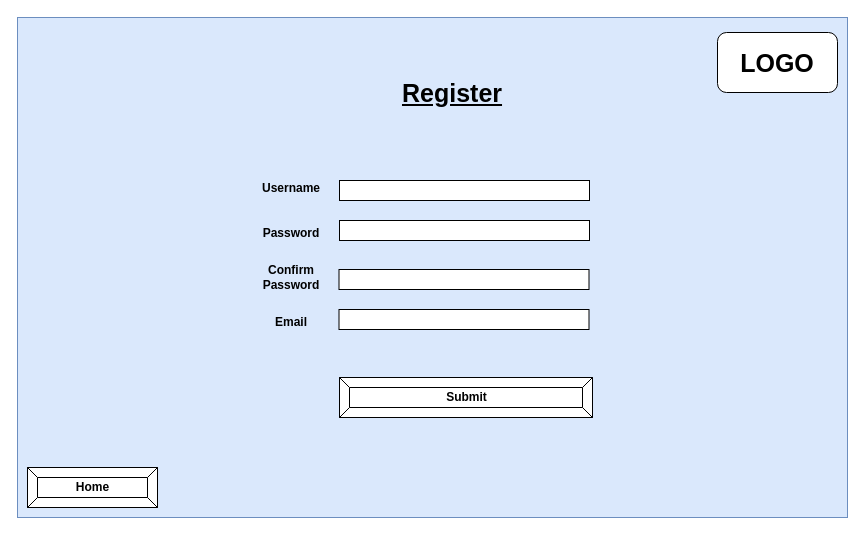
averydl/Bmail keeps this draw.io diagram as UI Mockups/Register.drawio. Above is the earlier version. Source tidied: cells renumbered, new cells numbered last; positions are measured from the earlier drawing's top-left corner, leaving out a move shared by most shapes. Both pictures are drawn from the tidied source at 100%, with x=0, y=0 at pixel (17, 17). Pictures stored in the file or linked from it are replaced by grey dashed boxes.
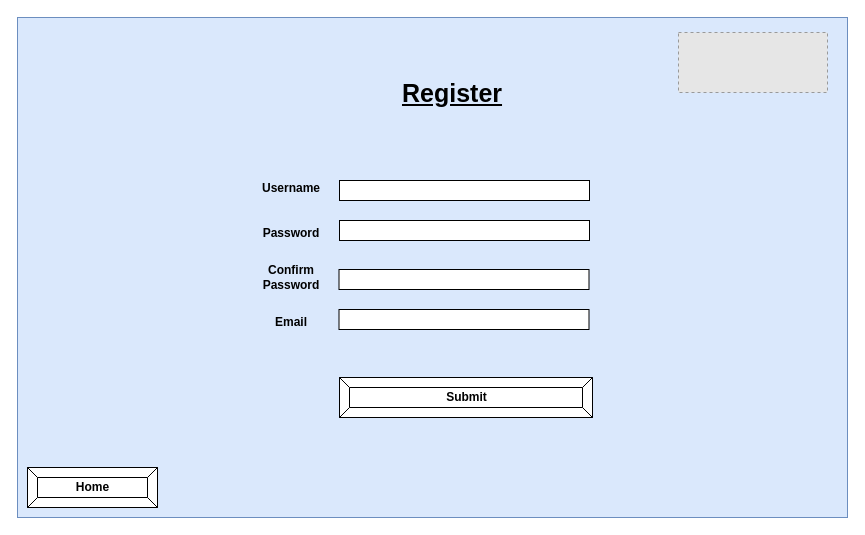
Above is the later version.

Commit message (it also covers changes not shown here):
added 'Bmail' logo to UI mockups

What changed in the source:
```diff
@@
 <mxGraphModel>
   <root>
     <mxCell id="0" />
     <mxCell id="1" parent="0" />
     <mxCell id="2" style="rounded=0;whiteSpace=wrap;html=1;fillColor=#dae8fc;strokeColor=#6c8ebf;" parent="1" vertex="1">
       <mxGeometry width="830" height="500" as="geometry" />
     </mxCell>
     <mxCell id="3" value="&lt;b&gt;Submit&lt;/b&gt;" style="labelPosition=center;verticalLabelPosition=middle;align=center;html=1;shape=mxgraph.basic.button;dx=10;" parent="1" vertex="1">
       <mxGeometry x="322" y="360" width="253" height="40" as="geometry" />
     </mxCell>
     <mxCell id="4" style="rounded=0;whiteSpace=wrap;html=1;" parent="1" vertex="1">
       <mxGeometry x="322" y="163" width="250" height="20" as="geometry" />
     </mxCell>
     <mxCell id="5" style="rounded=0;whiteSpace=wrap;html=1;" parent="1" vertex="1">
       <mxGeometry x="322" y="203" width="250" height="20" as="geometry" />
     </mxCell>
     <mxCell id="6" value="&lt;b&gt;Username&lt;/b&gt;" style="text;html=1;strokeColor=none;fillColor=none;align=center;verticalAlign=middle;whiteSpace=wrap;rounded=0;" parent="1" vertex="1">
       <mxGeometry x="254" y="161" width="40" height="20" as="geometry" />
     </mxCell>
     <mxCell id="7" value="&lt;b&gt;Password&lt;/b&gt;" style="text;html=1;strokeColor=none;fillColor=none;align=center;verticalAlign=middle;whiteSpace=wrap;rounded=0;" parent="1" vertex="1">
       <mxGeometry x="254" y="205.5" width="40" height="20" as="geometry" />
     </mxCell>
     <mxCell id="8" value="&lt;b&gt;&lt;font style=&quot;font-size: 25px&quot;&gt;&lt;u&gt;Register&lt;/u&gt;&lt;/font&gt;&lt;/b&gt;" style="text;html=1;strokeColor=none;fillColor=none;align=center;verticalAlign=middle;whiteSpace=wrap;rounded=0;" parent="1" vertex="1">
       <mxGeometry x="414.5" y="65" width="40" height="20" as="geometry" />
     </mxCell>
     <mxCell id="9" value="&lt;b&gt;Home&lt;/b&gt;" style="labelPosition=center;verticalLabelPosition=middle;align=center;html=1;shape=mxgraph.basic.button;dx=10;" parent="1" vertex="1">
       <mxGeometry x="10" y="450" width="130" height="40" as="geometry" />
     </mxCell>
-    <mxCell id="10" value="&lt;b&gt;&lt;font style=&quot;font-size: 25px&quot;&gt;LOGO&lt;/font&gt;&lt;/b&gt;" style="rounded=1;whiteSpace=wrap;html=1;" parent="1" vertex="1">
-      <mxGeometry x="700" y="15" width="120" height="60" as="geometry" />
-    </mxCell>
     <mxCell id="11" style="rounded=0;whiteSpace=wrap;html=1;" parent="1" vertex="1">
       <mxGeometry x="321.5" y="252" width="250" height="20" as="geometry" />
     </mxCell>
     <mxCell id="12" style="rounded=0;whiteSpace=wrap;html=1;" parent="1" vertex="1">
       <mxGeometry x="321.5" y="292" width="250" height="20" as="geometry" />
     </mxCell>
     <mxCell id="13" value="&lt;b&gt;Confirm&lt;br&gt;Password&lt;br&gt;&lt;/b&gt;" style="text;html=1;strokeColor=none;fillColor=none;align=center;verticalAlign=middle;whiteSpace=wrap;rounded=0;" parent="1" vertex="1">
       <mxGeometry x="253.5" y="250" width="40" height="20" as="geometry" />
     </mxCell>
     <mxCell id="14" value="&lt;b&gt;Email&lt;/b&gt;" style="text;html=1;strokeColor=none;fillColor=none;align=center;verticalAlign=middle;whiteSpace=wrap;rounded=0;" parent="1" vertex="1">
       <mxGeometry x="253.5" y="294.5" width="40" height="20" as="geometry" />
     </mxCell>
+    <mxCell id="15" style="fillColor=#E6E6E6;strokeColor=#999999;dashed=1;verticalLabelPosition=bottom;labelBackgroundColor=#ffffff;verticalAlign=top;" parent="1" vertex="1">
+      <mxGeometry x="661" y="15" width="149" height="60" as="geometry" />
+    </mxCell>
   </root>
 </mxGraphModel>
```
